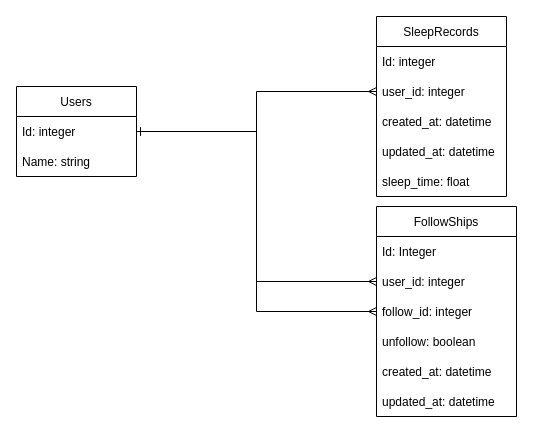
Earlier version of the draw.io diagram goodnight_tables.drawio (LaichuLai/draw_io). Source tidied: cells renumbered, new cells numbered last; positions are measured from the earlier drawing's top-left corner, leaving out a move shared by most shapes. Both pictures are drawn from the tidied source at 100%, with x=0, y=0 at pixel (16, 16).
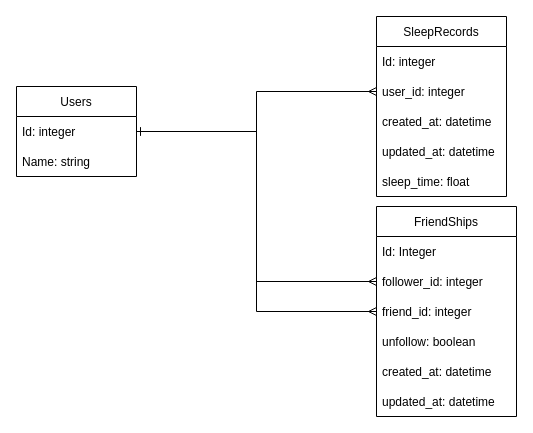
The same page after the edit.

What changed in the source:
```diff
@@
-    <mxCell id="12" value="FollowShips" style="swimlane;fontStyle=0;horizontal=1;startSize=30;" parent="1" vertex="1">
+    <mxCell id="12" value="FriendShips" style="swimlane;fontStyle=0;horizontal=1;startSize=30;" parent="1" vertex="1">
       <mxGeometry x="360" y="190" width="140" height="210" as="geometry" />
     </mxCell>
@@
-    <mxCell id="14" value="user_id: integer" style="text;strokeColor=none;fillColor=none;align=left;verticalAlign=middle;spacingLeft=4;spacingRight=4;overflow=hidden;points=[[0,0.5],[1,0.5]];portConstraint=eastwest;" parent="12" vertex="1">
+    <mxCell id="14" value="follower_id: integer" style="text;strokeColor=none;fillColor=none;align=left;verticalAlign=middle;spacingLeft=4;spacingRight=4;overflow=hidden;points=[[0,0.5],[1,0.5]];portConstraint=eastwest;" parent="12" vertex="1">
       <mxGeometry y="60" width="140" height="30" as="geometry" />
     </mxCell>
-    <mxCell id="15" value="follow_id: integer" style="text;strokeColor=none;fillColor=none;align=left;verticalAlign=middle;spacingLeft=4;spacingRight=4;overflow=hidden;points=[[0,0.5],[1,0.5]];portConstraint=eastwest;" parent="12" vertex="1">
+    <mxCell id="15" value="friend_id: integer" style="text;strokeColor=none;fillColor=none;align=left;verticalAlign=middle;spacingLeft=4;spacingRight=4;overflow=hidden;points=[[0,0.5],[1,0.5]];portConstraint=eastwest;" parent="12" vertex="1">
       <mxGeometry y="90" width="140" height="30" as="geometry" />
     </mxCell>
```
